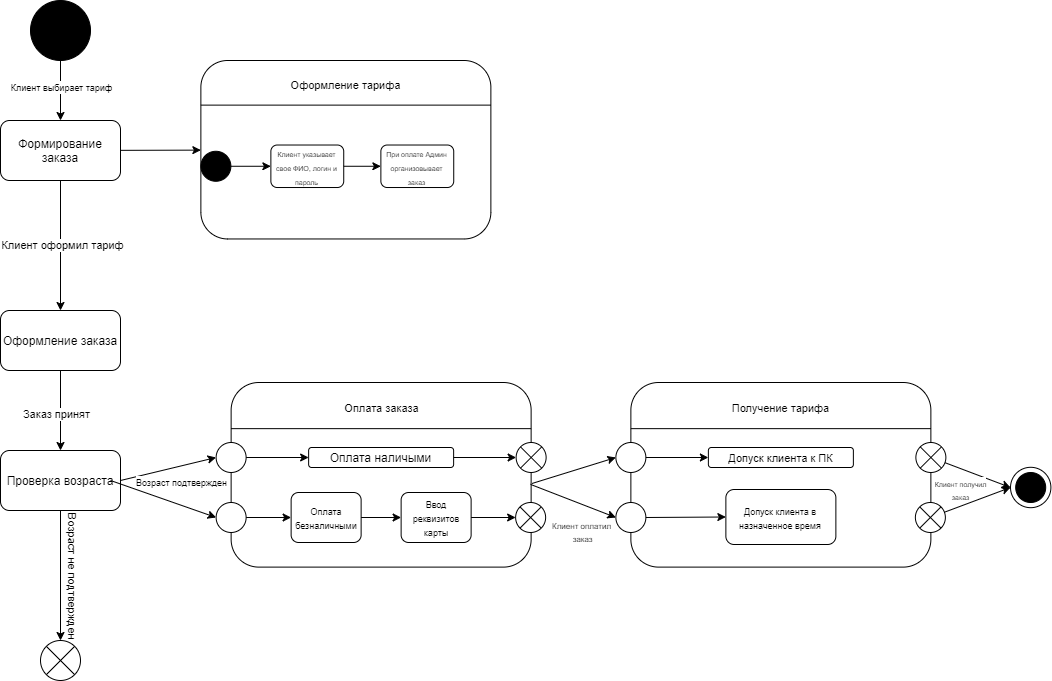
This is Img/Sxemasost.png from sbelov223/Repository223, a draw.io export, as it was before one commit. Source tidied: cells renumbered, new cells last; positions are measured from the earlier drawing's top-left corner, leaving out a move shared by most shapes.
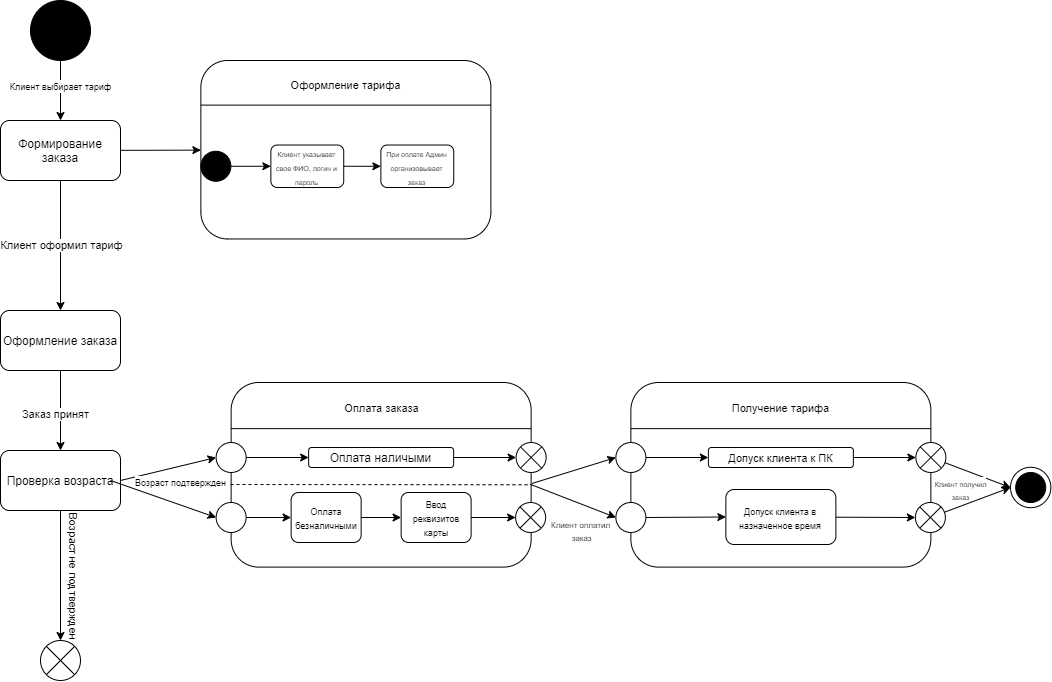
The same file after the commit.

What changed in the source:
```diff
@@ -215,5 +215,16 @@
     <mxCell id="68" style="endArrow=classic;html=1;rounded=0;" parent="1" edge="1" source="65" target="67">
       <mxGeometry relative="1" as="geometry" />
     </mxCell>
+    <mxCell id="69" style="endArrow=none;dashed=1;html=1;entryX=1;entryY=0.554;entryDx=0;entryDy=0;entryPerimeter=0;" parent="1" edge="1" target="18">
+      <mxGeometry relative="1" as="geometry">
+        <mxPoint x="230" y="484" as="sourcePoint" />
+      </mxGeometry>
+    </mxCell>
+    <mxCell id="70" style="endArrow=classic;html=1;exitX=1;exitY=0.5;exitDx=0;exitDy=0;entryX=0;entryY=0.5;entryDx=0;entryDy=0;" parent="1" edge="1" source="47" target="49">
+      <mxGeometry relative="1" as="geometry" />
+    </mxCell>
+    <mxCell id="71" style="endArrow=classic;html=1;entryX=0;entryY=0.5;entryDx=0;entryDy=0;" parent="1" edge="1" source="57" target="52">
+      <mxGeometry relative="1" as="geometry" />
+    </mxCell>
   </root>
 </mxGraphModel>
```
